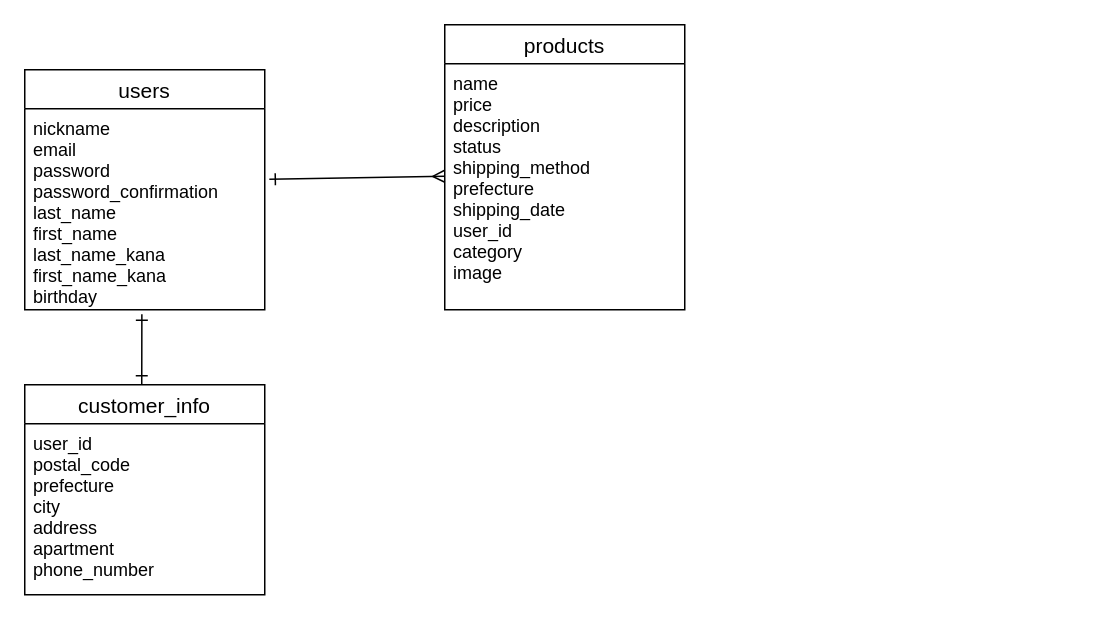
Earlier version of the draw.io diagram ER.dio (omiyage28/furima-36993). Source tidied: cells renumbered, new cells numbered last; positions are measured from the earlier drawing's top-left corner, leaving out a move shared by most shapes. Both pictures are drawn from the tidied source at 150%, with x=0, y=0 at pixel (24, 24).
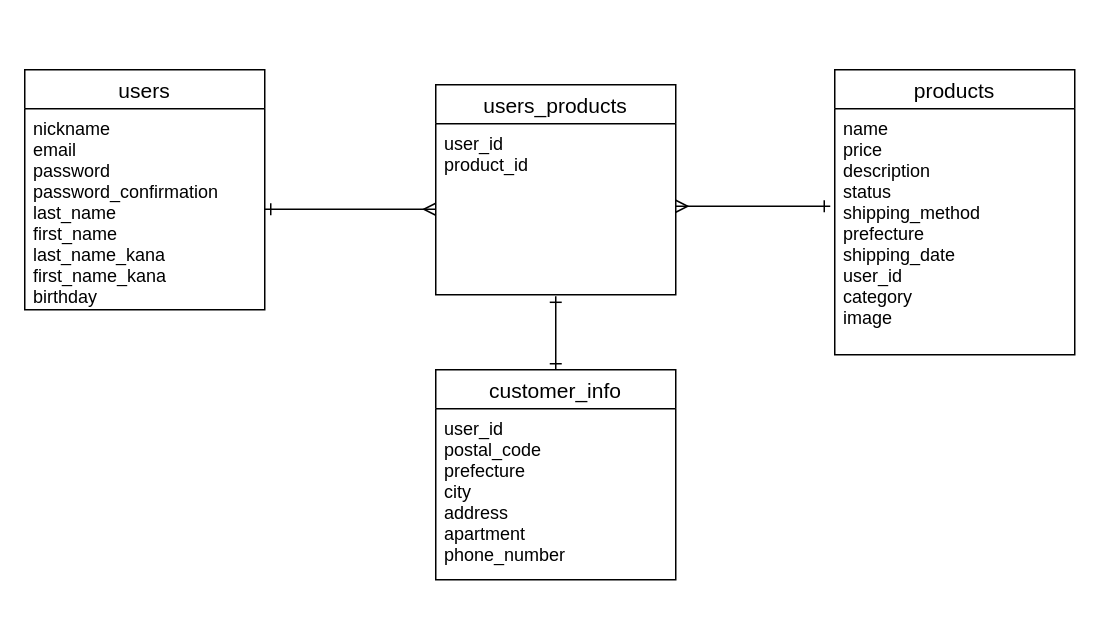
The same page after the edit.

Commit message (it also covers changes not shown here):
DB設計　修正①

Change to the diagram source:
```diff
@@
 <mxGraphModel>
   <root>
     <mxCell id="0" />
     <mxCell id="1" parent="0" />
     <mxCell id="2" value="users" style="swimlane;fontStyle=0;horizontal=1;startSize=26;align=center;fontSize=14;" parent="1" vertex="1">
       <mxGeometry y="30" width="160" height="160" as="geometry" />
     </mxCell>
     <mxCell id="3" value="nickname&#10;email&#10;password&#10;password_confirmation&#10;last_name&#10;first_name&#10;last_name_kana&#10;first_name_kana&#10;birthday" style="text;strokeColor=none;fillColor=none;spacingLeft=4;spacingRight=4;overflow=hidden;points=[[0,0.5],[1,0.5]];portConstraint=eastwest;fontSize=12;" parent="2" vertex="1">
       <mxGeometry y="26" width="160" height="134" as="geometry" />
     </mxCell>
     <mxCell id="4" value="products" style="swimlane;fontStyle=0;horizontal=1;startSize=26;align=center;fontSize=14;" parent="1" vertex="1">
-      <mxGeometry x="280" width="160" height="190" as="geometry" />
+      <mxGeometry x="540" y="30" width="160" height="190" as="geometry" />
     </mxCell>
     <mxCell id="5" value="name&#10;price&#10;description &#10;status&#10;shipping_method&#10;prefecture&#10;shipping_date&#10;user_id&#10;category&#10;image&#10;&#10;" style="text;strokeColor=none;fillColor=none;spacingLeft=4;spacingRight=4;overflow=hidden;fontSize=12;" parent="4" vertex="1">
       <mxGeometry y="26" width="160" height="164" as="geometry" />
     </mxCell>
-    <mxCell id="6" style="edgeStyle=none;rounded=0;jettySize=auto;html=1;endArrow=ERmany;endFill=0;exitX=1.019;exitY=0.351;exitDx=0;exitDy=0;exitPerimeter=0;startArrow=ERone;startFill=0;" parent="1" edge="1" source="3">
-      <mxGeometry relative="1" as="geometry">
-        <mxPoint x="280" y="101" as="targetPoint" />
-      </mxGeometry>
-    </mxCell>
-    <mxCell id="7" style="edgeStyle=none;rounded=0;jettySize=auto;html=1;entryX=0.488;entryY=1.022;entryDx=0;entryDy=0;entryPerimeter=0;endArrow=ERone;endFill=0;startArrow=ERone;startFill=0;" parent="1" edge="1" target="3">
-      <mxGeometry relative="1" as="geometry">
-        <mxPoint x="78" y="230" as="sourcePoint" />
-        <Array as="points">
-          <mxPoint x="78" y="240" />
-        </Array>
-      </mxGeometry>
-    </mxCell>
+    <mxCell id="10" style="edgeStyle=none;rounded=0;jettySize=auto;html=1;exitX=0.5;exitY=0;exitDx=0;exitDy=0;startArrow=ERone;startFill=0;endArrow=ERone;endFill=0;entryX=0.5;entryY=1.009;entryDx=0;entryDy=0;entryPerimeter=0;" parent="1" edge="1" source="8" target="12">
+      <mxGeometry relative="1" as="geometry" />
+    </mxCell>
     <mxCell id="8" value="customer_info" style="swimlane;fontStyle=0;horizontal=1;startSize=26;align=center;fontSize=14;" parent="1" vertex="1">
-      <mxGeometry y="240" width="160" height="140" as="geometry" />
+      <mxGeometry x="274" y="230" width="160" height="140" as="geometry" />
     </mxCell>
     <mxCell id="9" value="user_id &#10;postal_code&#10;prefecture&#10;city&#10;address&#10;apartment&#10;phone_number" style="text;strokeColor=none;fillColor=none;spacingLeft=4;spacingRight=4;overflow=hidden;fontSize=12;" parent="8" vertex="1">
       <mxGeometry y="26" width="160" height="114" as="geometry" />
     </mxCell>
+    <mxCell id="11" value="users_products" style="swimlane;fontStyle=0;horizontal=1;startSize=26;align=center;fontSize=14;" parent="1" vertex="1">
+      <mxGeometry x="274" y="40" width="160" height="140" as="geometry" />
+    </mxCell>
+    <mxCell id="12" value="user_id &#10;product_id" style="text;strokeColor=none;fillColor=none;spacingLeft=4;spacingRight=4;overflow=hidden;points=[[0,0.5],[1,0.5]];portConstraint=eastwest;fontSize=12;" parent="11" vertex="1">
+      <mxGeometry y="26" width="160" height="114" as="geometry" />
+    </mxCell>
+    <mxCell id="13" style="edgeStyle=none;rounded=0;jettySize=auto;html=1;exitX=1;exitY=0.5;exitDx=0;exitDy=0;entryX=0;entryY=0.5;entryDx=0;entryDy=0;startArrow=ERone;startFill=0;endArrow=ERmany;endFill=0;" parent="1" edge="1" source="3" target="12">
+      <mxGeometry relative="1" as="geometry" />
+    </mxCell>
+    <mxCell id="14" style="edgeStyle=none;rounded=0;orthogonalLoop=1;jettySize=auto;html=1;startArrow=ERmany;startFill=0;endArrow=ERone;endFill=0;" parent="1" edge="1">
+      <mxGeometry relative="1" as="geometry">
+        <mxPoint x="434" y="121" as="sourcePoint" />
+        <mxPoint x="537" y="121" as="targetPoint" />
+      </mxGeometry>
+    </mxCell>
   </root>
 </mxGraphModel>
```
